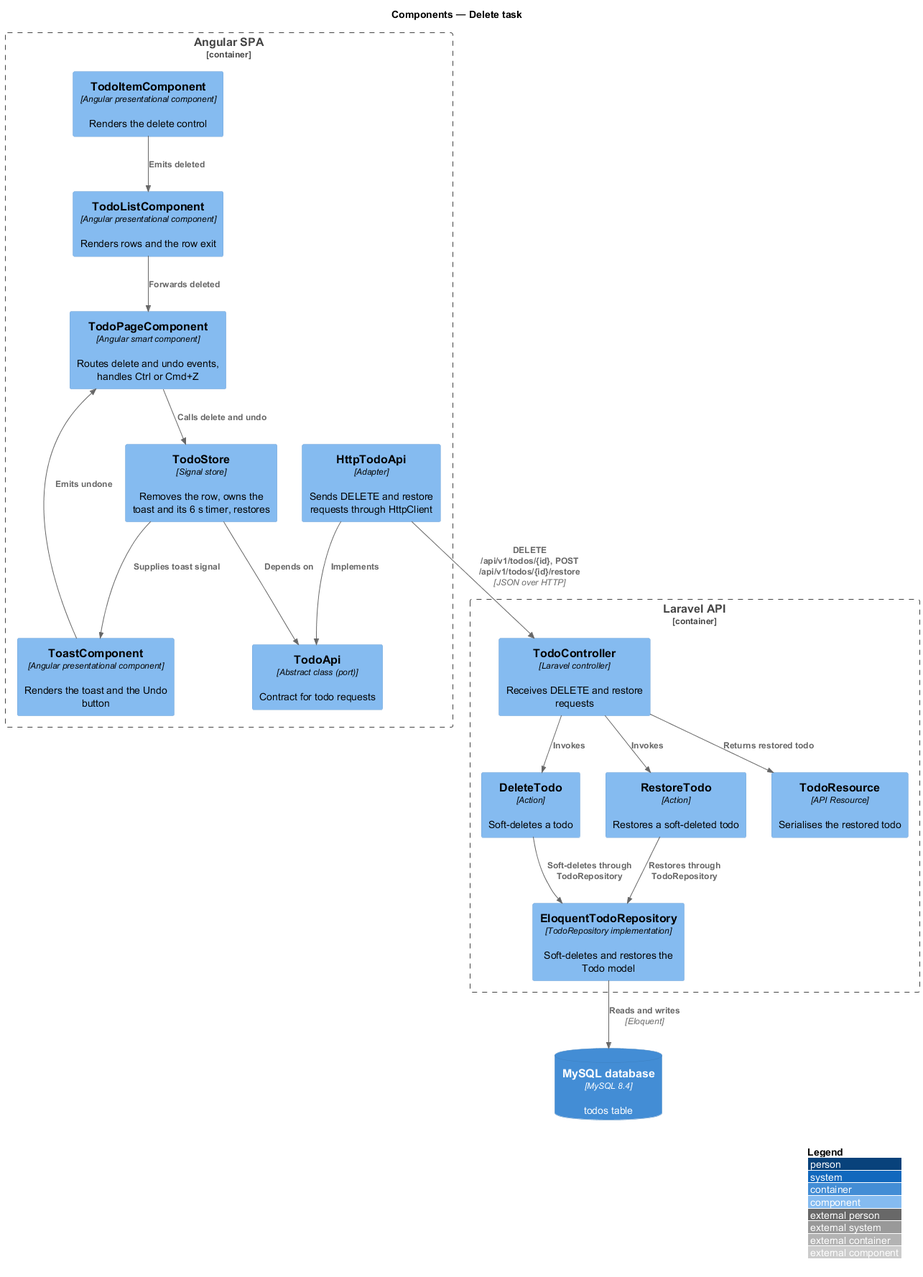
Above: docs/detailed-designs/task-removal/delete-task/diagrams/c4-component.png in QuinntyneBrown/php-todo-lab (PlantUML), before the change. Its diagram source:
```plantuml
@startuml
!include <C4/C4_Component>
LAYOUT_WITH_LEGEND()
title Components — Delete task

Container_Boundary(spa, "Angular SPA") {
  Component(page, "TodoPageComponent", "Angular smart component", "Routes delete and undo events, handles Ctrl or Cmd+Z")
  Component(item, "TodoItemComponent", "Angular presentational component", "Renders the delete control")
  Component(list, "TodoListComponent", "Angular presentational component", "Renders rows and the row exit")
  Component(toastc, "ToastComponent", "Angular presentational component", "Renders the toast and the Undo button")
  Component(store, "TodoStore", "Signal store", "Removes the row, owns the toast and its 6 s timer, restores")
  Component(port, "TodoApi", "Abstract class (port)", "Contract for todo requests")
  Component(http, "HttpTodoApi", "Adapter", "Sends DELETE and restore requests through HttpClient")
}
Container_Boundary(api, "Laravel API") {
  Component(ctrl, "TodoController", "Laravel controller", "Receives DELETE and restore requests")
  Component(del, "DeleteTodo", "Action", "Soft-deletes a todo")
  Component(rest, "RestoreTodo", "Action", "Restores a soft-deleted todo")
  Component(repo, "EloquentTodoRepository", "TodoRepository implementation", "Soft-deletes and restores the Todo model")
  Component(res, "TodoResource", "API Resource", "Serialises the restored todo")
}
ContainerDb(db, "MySQL database", "MySQL 8.4", "todos table")

Rel(item, list, "Emits deleted")
Rel(list, page, "Forwards deleted")
Rel(toastc, page, "Emits undone")
Rel(page, store, "Calls delete and undo")
Rel(store, port, "Depends on")
Rel(store, toastc, "Supplies toast signal")
Rel(http, port, "Implements")
Rel(http, ctrl, "DELETE /api/v1/todos/{id}, POST /api/v1/todos/{id}/restore", "JSON over HTTP")
Rel(ctrl, del, "Invokes")
Rel(ctrl, rest, "Invokes")
Rel(del, repo, "Soft-deletes through TodoRepository")
Rel(rest, repo, "Restores through TodoRepository")
Rel(ctrl, res, "Returns restored todo")
Rel(repo, db, "Reads and writes", "Eloquent")
@enduml
```
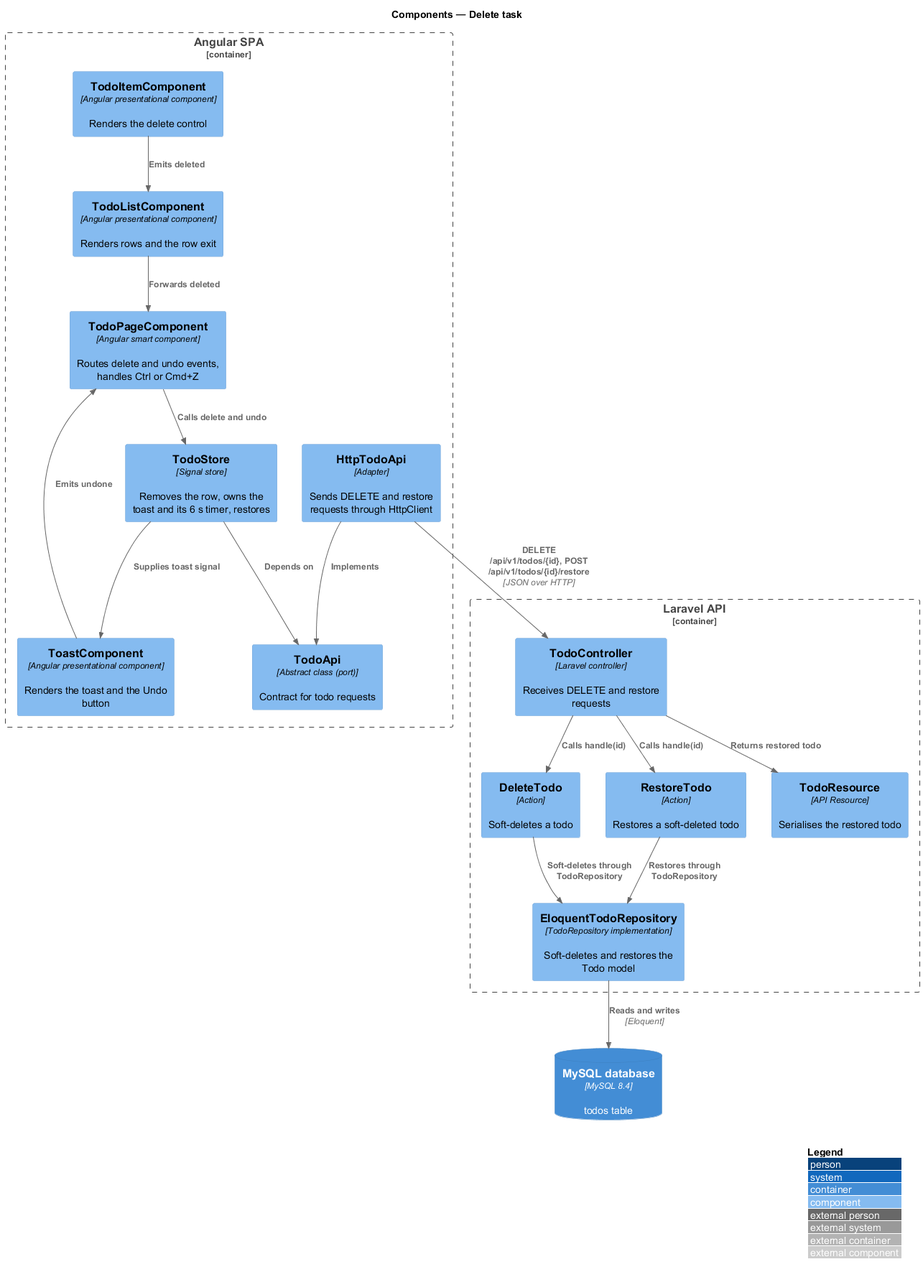
Later version of the same file.

Diff of the diagram source:
```diff
@@ -29,8 +29,8 @@
 Rel(store, toastc, "Supplies toast signal")
 Rel(http, port, "Implements")
 Rel(http, ctrl, "DELETE /api/v1/todos/{id}, POST /api/v1/todos/{id}/restore", "JSON over HTTP")
-Rel(ctrl, del, "Invokes")
-Rel(ctrl, rest, "Invokes")
+Rel(ctrl, del, "Calls handle(id)")
+Rel(ctrl, rest, "Calls handle(id)")
 Rel(del, repo, "Soft-deletes through TodoRepository")
 Rel(rest, repo, "Restores through TodoRepository")
 Rel(ctrl, res, "Returns restored todo")
```
